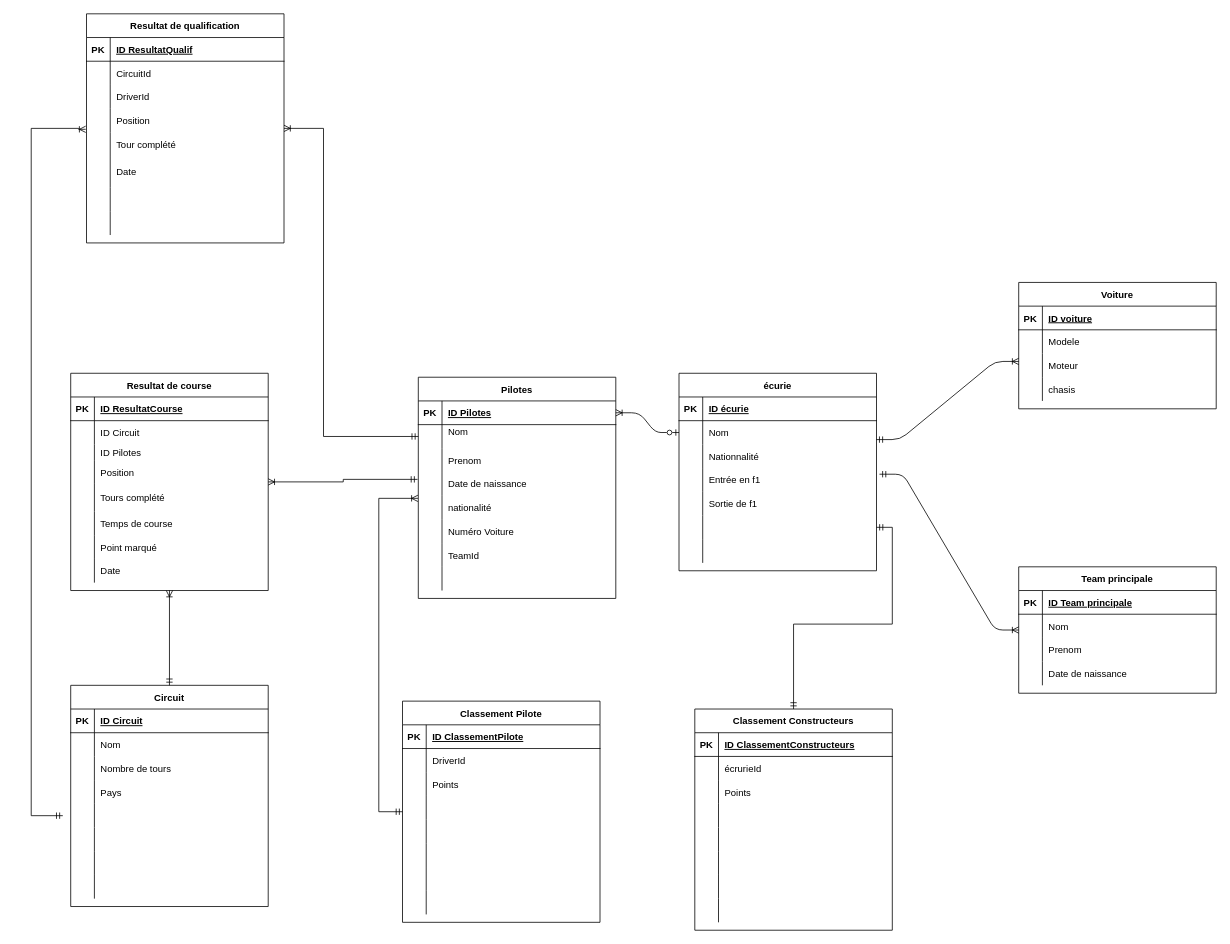
Before: Diagramme sans nom.drawio in CamilleSimon/BTS2-CIEL-IR-MCD-2024-2025, a draw.io diagram. Source tidied: cells renumbered, new cells numbered last; positions are measured from the earlier drawing's top-left corner, leaving out a move shared by most shapes. Both pictures are drawn from the tidied source at 79%, with x=0, y=0 at pixel (31, 13).
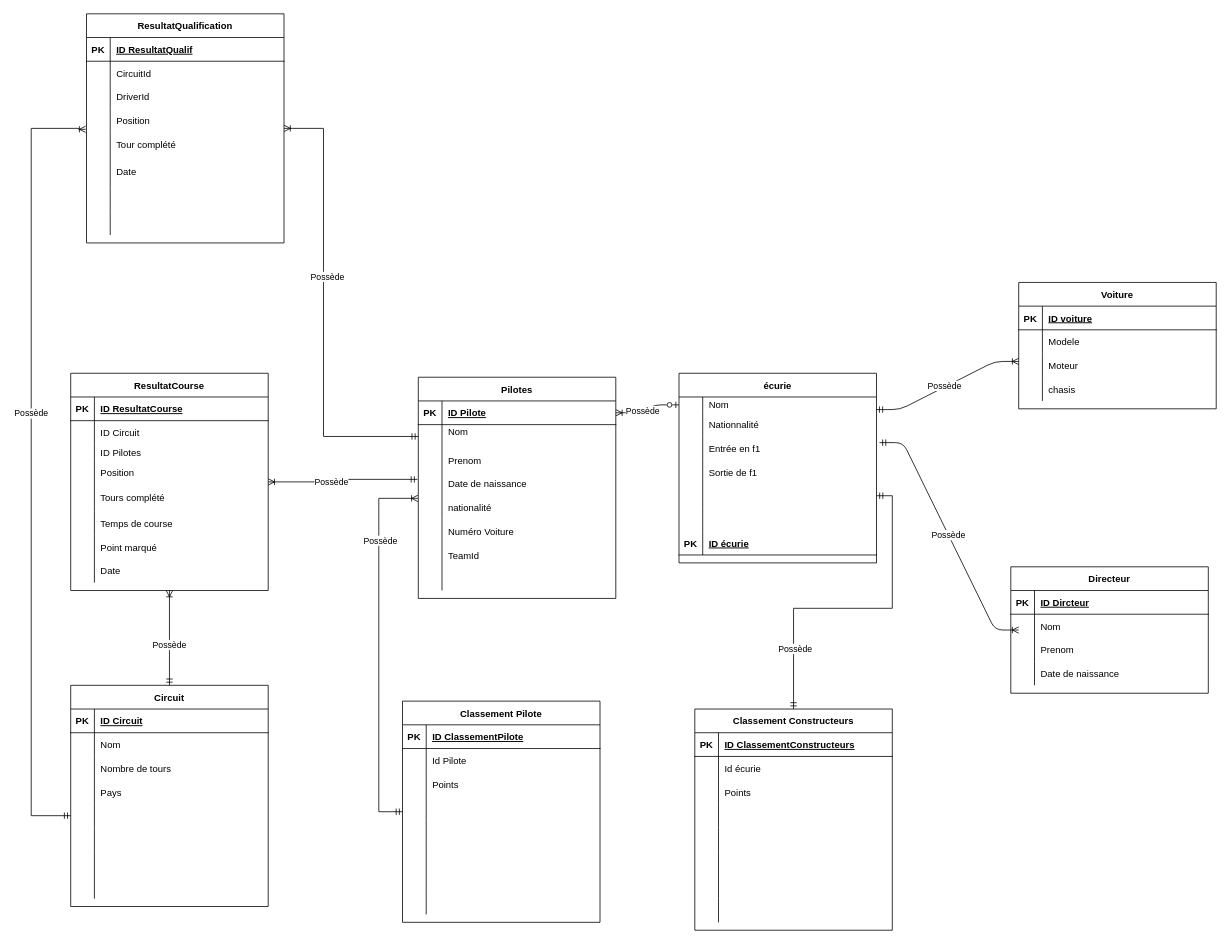
Above is the later version.

Commit message:
Diagramme Formula Branly

Unchanged cells that the change refers to:
```xml
<mxCell id="2" style="edgeStyle=entityRelationEdgeStyle;endArrow=ERzeroToOne;startArrow=ERoneToMany;endFill=0;startFill=0;" parent="1" edge="1" source="26" target="7">
  <mxGeometry relative="1" as="geometry" />
</mxCell>
<mxCell id="26" style="shape=partialRectangle;fillColor=none;points=[[0,0.5],[1,0.5]];portConstraint=eastwest;top=0;left=0;right=0;bottom=1;" parent="25" vertex="1">
  <mxGeometry y="30" width="250" height="30" as="geometry" />
</mxCell>
<mxCell id="54" style="shape=partialRectangle;fillColor=none;top=0;left=0;right=0;bottom=0;" parent="50" vertex="1">
  <mxGeometry y="60" width="250" height="30" as="geometry" />
</mxCell>
<mxCell id="79" style="shape=partialRectangle;fillColor=none;top=0;left=0;right=0;bottom=0;" parent="75" vertex="1">
  <mxGeometry y="60" width="250" height="30" as="geometry" />
</mxCell>
<mxCell id="114" style="shape=partialRectangle;fillColor=none;top=0;left=0;right=0;bottom=1;" parent="113" vertex="1">
  <mxGeometry y="30" width="250" height="30" as="geometry" />
</mxCell>
<mxCell id="139" style="shape=partialRectangle;fillColor=none;points=[[0,0.5],[1,0.5]];portConstraint=eastwest;top=0;left=0;right=0;bottom=0;" parent="126" vertex="1">
  <mxGeometry y="150" width="250" height="30" as="geometry" />
</mxCell>
<mxCell id="151" style="edgeStyle=orthogonalEdgeStyle;rounded=0;jettySize=auto;html=1;entryX=0;entryY=0.5;entryDx=0;entryDy=0;endArrow=ERmandOne;endFill=0;startArrow=ERoneToMany;startFill=0;" parent="1" edge="1" source="153" target="29">
  <mxGeometry relative="1" as="geometry">
    <Array as="points">
      <mxPoint x="370" y="145" />
      <mxPoint x="370" y="535" />
    </Array>
  </mxGeometry>
</mxCell>
<mxCell id="163" style="shape=partialRectangle;fillColor=none;points=[[0,0.5],[1,0.5]];portConstraint=eastwest;top=0;left=0;right=0;bottom=0;" parent="153" vertex="1">
  <mxGeometry y="120" width="250" height="30" as="geometry" />
</mxCell>
<mxCell id="203" style="endArrow=ERoneToMany;html=1;rounded=0;entryX=0.5;entryY=1;entryDx=0;entryDy=0;exitX=0.5;exitY=0;exitDx=0;exitDy=0;endFill=0;startArrow=ERmandOne;startFill=0;" parent="1" edge="1" source="126" target="178">
  <mxGeometry relative="1" as="geometry" />
</mxCell>
<mxCell id="204" style="edgeStyle=entityRelationEdgeStyle;endArrow=ERoneToMany;startArrow=ERmandOne;endFill=0;startFill=0;entryX=0;entryY=0.333;entryDx=0;entryDy=0;entryPerimeter=0;exitX=0.999;exitY=0.798;exitDx=0;exitDy=0;exitPerimeter=0;" parent="1" edge="1" source="7">
  <mxGeometry relative="1" as="geometry">
    <mxPoint x="1250" y="440" as="targetPoint" />
  </mxGeometry>
</mxCell>
<mxCell id="205" style="edgeStyle=entityRelationEdgeStyle;endArrow=ERoneToMany;startArrow=ERmandOne;endFill=0;startFill=0;exitX=1.015;exitY=0.259;exitDx=0;exitDy=0;exitPerimeter=0;" parent="1" edge="1" source="13">
  <mxGeometry relative="1" as="geometry">
    <mxPoint x="1250" y="780" as="targetPoint" />
  </mxGeometry>
</mxCell>
<mxCell id="206" style="edgeStyle=orthogonalEdgeStyle;rounded=0;jettySize=auto;html=1;entryX=0.5;entryY=0;entryDx=0;entryDy=0;startArrow=ERmandOne;startFill=0;endArrow=ERmandOne;endFill=0;" parent="1" edge="1" source="19" target="75">
  <mxGeometry relative="1" as="geometry" />
</mxCell>
<mxCell id="207" style="edgeStyle=orthogonalEdgeStyle;rounded=0;jettySize=auto;html=1;entryX=-0.002;entryY=1.111;entryDx=0;entryDy=0;entryPerimeter=0;startArrow=ERmandOne;startFill=0;endArrow=ERoneToMany;endFill=0;" parent="1" edge="1" source="50" target="35">
  <mxGeometry relative="1" as="geometry">
    <Array as="points">
      <mxPoint x="440" y="1010" />
      <mxPoint x="440" y="613" />
    </Array>
  </mxGeometry>
</mxCell>
<mxCell id="208" style="edgeStyle=orthogonalEdgeStyle;rounded=0;jettySize=auto;html=1;entryX=-0.004;entryY=0.31;entryDx=0;entryDy=0;entryPerimeter=0;endArrow=ERmandOne;endFill=0;startArrow=ERoneToMany;startFill=0;" parent="1" edge="1" source="178" target="35">
  <mxGeometry relative="1" as="geometry" />
</mxCell>
```

Diff of the diagram source:
```diff
@@
+    <mxCell id="209" value="Possède" style="edgeLabel;html=1;align=center;verticalAlign=middle;" parent="2" vertex="1">
+      <mxGeometry x="-0.17" y="1" relative="1" as="geometry" />
+    </mxCell>
     <mxCell id="3" value="écurie" style="shape=table;startSize=30;childLayout=tableLayout;rowLines=0;fontStyle=1;align=center;" parent="1" vertex="1">
-      <mxGeometry x="820" y="455" width="250" height="250" as="geometry" />
+      <mxGeometry x="820" y="455" width="250" height="240" as="geometry" />
     </mxCell>
-    <mxCell id="4" style="shape=partialRectangle;fillColor=none;top=0;left=0;right=0;bottom=1;" parent="3" vertex="1">
-      <mxGeometry y="30" width="250" height="30" as="geometry" />
-    </mxCell>
-    <mxCell id="5" value="PK" style="shape=partialRectangle;overflow=hidden;fillColor=none;top=0;left=0;bottom=0;right=0;fontStyle=1;" parent="4" vertex="1">
-      <mxGeometry width="30" height="30" as="geometry" />
-    </mxCell>
-    <mxCell id="6" value="ID écurie" style="shape=partialRectangle;overflow=hidden;fillColor=none;top=0;left=0;bottom=0;right=0;align=left;spacingLeft=6;fontStyle=5;" parent="4" vertex="1">
-      <mxGeometry x="30" width="220" height="30" as="geometry" />
-    </mxCell>
     <mxCell id="7" style="shape=partialRectangle;fillColor=none;points=[[0,0.5],[1,0.5]];portConstraint=eastwest;top=0;left=0;right=0;bottom=0;" parent="3" vertex="1">
-      <mxGeometry y="60" width="250" height="30" as="geometry" />
+      <mxGeometry y="30" width="250" height="20" as="geometry" />
     </mxCell>
     <mxCell id="8" style="shape=partialRectangle;overflow=hidden;fillColor=none;top=0;left=0;bottom=0;right=0;" parent="7" vertex="1">
-      <mxGeometry width="30" height="30" as="geometry" />
+      <mxGeometry width="30" height="20" as="geometry" />
     </mxCell>
     <mxCell id="9" value="Nom" style="shape=partialRectangle;overflow=hidden;fillColor=none;top=0;left=0;bottom=0;right=0;align=left;spacingLeft=6;" parent="7" vertex="1">
-      <mxGeometry x="30" width="220" height="30" as="geometry" />
+      <mxGeometry x="30" width="220" height="20" as="geometry" />
     </mxCell>
     <mxCell id="10" style="shape=partialRectangle;fillColor=none;top=0;left=0;right=0;bottom=0;" parent="3" vertex="1">
-      <mxGeometry y="90" width="250" height="30" as="geometry" />
+      <mxGeometry y="50" width="250" height="30" as="geometry" />
     </mxCell>
@@
     <mxCell id="13" style="shape=partialRectangle;fillColor=none;points=[[0,0.5],[1,0.5]];portConstraint=eastwest;top=0;left=0;right=0;bottom=0;" parent="3" vertex="1">
-      <mxGeometry y="120" width="250" height="30" as="geometry" />
+      <mxGeometry y="80" width="250" height="30" as="geometry" />
     </mxCell>
@@
     <mxCell id="16" style="shape=partialRectangle;fillColor=none;top=0;left=0;right=0;bottom=0;" parent="3" vertex="1">
-      <mxGeometry y="150" width="250" height="30" as="geometry" />
+      <mxGeometry y="110" width="250" height="30" as="geometry" />
     </mxCell>
@@
     <mxCell id="19" style="shape=partialRectangle;fillColor=none;points=[[0,0.5],[1,0.5]];portConstraint=eastwest;top=0;left=0;right=0;bottom=0;" parent="3" vertex="1">
-      <mxGeometry y="180" width="250" height="30" as="geometry" />
+      <mxGeometry y="140" width="250" height="30" as="geometry" />
     </mxCell>
@@
     <mxCell id="22" style="shape=partialRectangle;fillColor=none;top=0;left=0;right=0;bottom=0;" parent="3" vertex="1">
-      <mxGeometry y="210" width="250" height="30" as="geometry" />
+      <mxGeometry y="170" width="250" height="30" as="geometry" />
     </mxCell>
@@
+    <mxCell id="4" style="shape=partialRectangle;fillColor=none;top=0;left=0;right=0;bottom=1;" parent="3" vertex="1">
+      <mxGeometry y="200" width="250" height="30" as="geometry" />
+    </mxCell>
+    <mxCell id="5" value="PK" style="shape=partialRectangle;overflow=hidden;fillColor=none;top=0;left=0;bottom=0;right=0;fontStyle=1;" parent="4" vertex="1">
+      <mxGeometry width="30" height="30" as="geometry" />
+    </mxCell>
+    <mxCell id="6" value="ID écurie" style="shape=partialRectangle;overflow=hidden;fillColor=none;top=0;left=0;bottom=0;right=0;align=left;spacingLeft=6;fontStyle=5;" parent="4" vertex="1">
+      <mxGeometry x="30" width="220" height="30" as="geometry" />
+    </mxCell>
@@
-    <mxCell id="28" value="ID Pilotes" style="shape=partialRectangle;overflow=hidden;fillColor=none;top=0;left=0;bottom=0;right=0;align=left;spacingLeft=6;fontStyle=5;" parent="26" vertex="1">
+    <mxCell id="28" value="ID Pilote" style="shape=partialRectangle;overflow=hidden;fillColor=none;top=0;left=0;bottom=0;right=0;align=left;spacingLeft=6;fontStyle=5;" parent="26" vertex="1">
       <mxGeometry x="30" width="220" height="30" as="geometry" />
     </mxCell>
@@
-    <mxCell id="56" value="DriverId" style="shape=partialRectangle;overflow=hidden;fillColor=none;top=0;left=0;bottom=0;right=0;align=left;spacingLeft=6;" parent="54" vertex="1">
+    <mxCell id="56" value="Id Pilote" style="shape=partialRectangle;overflow=hidden;fillColor=none;top=0;left=0;bottom=0;right=0;align=left;spacingLeft=6;" parent="54" vertex="1">
       <mxGeometry x="30" width="220" height="30" as="geometry" />
     </mxCell>
@@
-    <mxCell id="81" value="écrurieId" style="shape=partialRectangle;overflow=hidden;fillColor=none;top=0;left=0;bottom=0;right=0;align=left;spacingLeft=6;" parent="79" vertex="1">
+    <mxCell id="81" value="Id écurie" style="shape=partialRectangle;overflow=hidden;fillColor=none;top=0;left=0;bottom=0;right=0;align=left;spacingLeft=6;" parent="79" vertex="1">
       <mxGeometry x="30" width="220" height="30" as="geometry" />
     </mxCell>
@@
-    <mxCell id="113" value="Team principale" style="shape=table;startSize=30;childLayout=tableLayout;rowLines=0;fontStyle=1;align=center;" parent="1" vertex="1">
-      <mxGeometry x="1250" y="700" width="250" height="160" as="geometry" />
+    <mxCell id="113" value="Directeur" style="shape=table;startSize=30;childLayout=tableLayout;rowLines=0;fontStyle=1;align=center;" parent="1" vertex="1">
+      <mxGeometry x="1240" y="700" width="250" height="160" as="geometry" />
     </mxCell>
@@
-    <mxCell id="116" value="ID Team principale" style="shape=partialRectangle;overflow=hidden;fillColor=none;top=0;left=0;bottom=0;right=0;align=left;spacingLeft=6;fontStyle=5;" parent="114" vertex="1">
+    <mxCell id="116" value="ID Dircteur" style="shape=partialRectangle;overflow=hidden;fillColor=none;top=0;left=0;bottom=0;right=0;align=left;spacingLeft=6;fontStyle=5;" parent="114" vertex="1">
       <mxGeometry x="30" width="220" height="30" as="geometry" />
     </mxCell>
@@
+    <mxCell id="210" value="Possède" style="edgeLabel;html=1;align=center;verticalAlign=middle;" parent="151" vertex="1">
+      <mxGeometry x="-0.15" y="4" relative="1" as="geometry">
+        <mxPoint y="-1" as="offset" />
+      </mxGeometry>
+    </mxCell>
-    <mxCell id="152" style="edgeStyle=orthogonalEdgeStyle;rounded=0;jettySize=auto;html=1;entryX=0;entryY=0.5;entryDx=0;entryDy=0;endArrow=ERmandOne;endFill=0;startArrow=ERoneToMany;startFill=0;exitX=-0.004;exitY=0.872;exitDx=0;exitDy=0;exitPerimeter=0;" parent="1" edge="1" source="163">
+    <mxCell id="152" style="edgeStyle=orthogonalEdgeStyle;rounded=0;jettySize=auto;html=1;entryX=0;entryY=0.5;entryDx=0;entryDy=0;endArrow=ERmandOne;endFill=0;startArrow=ERoneToMany;startFill=0;exitX=-0.004;exitY=0.872;exitDx=0;exitDy=0;exitPerimeter=0;" parent="1" edge="1" source="163" target="139">
       <mxGeometry relative="1" as="geometry">
-        <mxPoint x="40" y="1015" as="targetPoint" />
         <Array as="points">
           <mxPoint x="60" y="146" />
           <mxPoint x="60" y="145" />
           <mxPoint y="145" />
           <mxPoint y="1015" />
         </Array>
       </mxGeometry>
     </mxCell>
+    <mxCell id="211" value="Possède" style="edgeLabel;html=1;align=center;verticalAlign=middle;" parent="152" vertex="1">
+      <mxGeometry x="-0.13" y="-1" relative="1" as="geometry" />
+    </mxCell>
-    <mxCell id="153" value="Resultat de qualification" style="shape=table;startSize=30;childLayout=tableLayout;rowLines=0;fontStyle=1;align=center;" parent="1" vertex="1">
+    <mxCell id="153" value="ResultatQualification" style="shape=table;startSize=30;childLayout=tableLayout;rowLines=0;fontStyle=1;align=center;" parent="1" vertex="1">
       <mxGeometry x="70" width="250" height="290" as="geometry" />
     </mxCell>
@@
-    <mxCell id="178" value="Resultat de course" style="shape=table;startSize=30;childLayout=tableLayout;rowLines=0;fontStyle=1;align=center;" parent="1" vertex="1">
+    <mxCell id="178" value="ResultatCourse" style="shape=table;startSize=30;childLayout=tableLayout;rowLines=0;fontStyle=1;align=center;" parent="1" vertex="1">
       <mxGeometry x="50" y="455" width="250" height="275" as="geometry" />
     </mxCell>
@@
+    <mxCell id="212" value="Possède" style="edgeLabel;html=1;align=center;verticalAlign=middle;" parent="203" vertex="1">
+      <mxGeometry x="-0.13" y="1" relative="1" as="geometry" />
+    </mxCell>
@@
+    <mxCell id="213" value="Possède" style="edgeLabel;html=1;align=center;verticalAlign=middle;" parent="204" vertex="1">
+      <mxGeometry x="-0.05" y="2" relative="1" as="geometry" />
+    </mxCell>
@@
+    <mxCell id="214" value="Possède" style="edgeLabel;html=1;align=center;verticalAlign=middle;" parent="205" vertex="1">
+      <mxGeometry x="-0.01" relative="1" as="geometry" />
+    </mxCell>
@@
+    <mxCell id="215" value="Possède" style="edgeLabel;html=1;align=center;verticalAlign=middle;" parent="206" vertex="1">
+      <mxGeometry x="0.63" y="1" relative="1" as="geometry" />
+    </mxCell>
@@
+    <mxCell id="216" value="Possède" style="edgeLabel;html=1;align=center;verticalAlign=middle;" parent="207" vertex="1">
+      <mxGeometry x="0.57" y="-1" relative="1" as="geometry" />
+    </mxCell>
@@
+    <mxCell id="217" value="Possède" style="edgeLabel;html=1;align=center;verticalAlign=middle;" parent="208" vertex="1">
+      <mxGeometry x="-0.18" relative="1" as="geometry" />
+    </mxCell>
```
